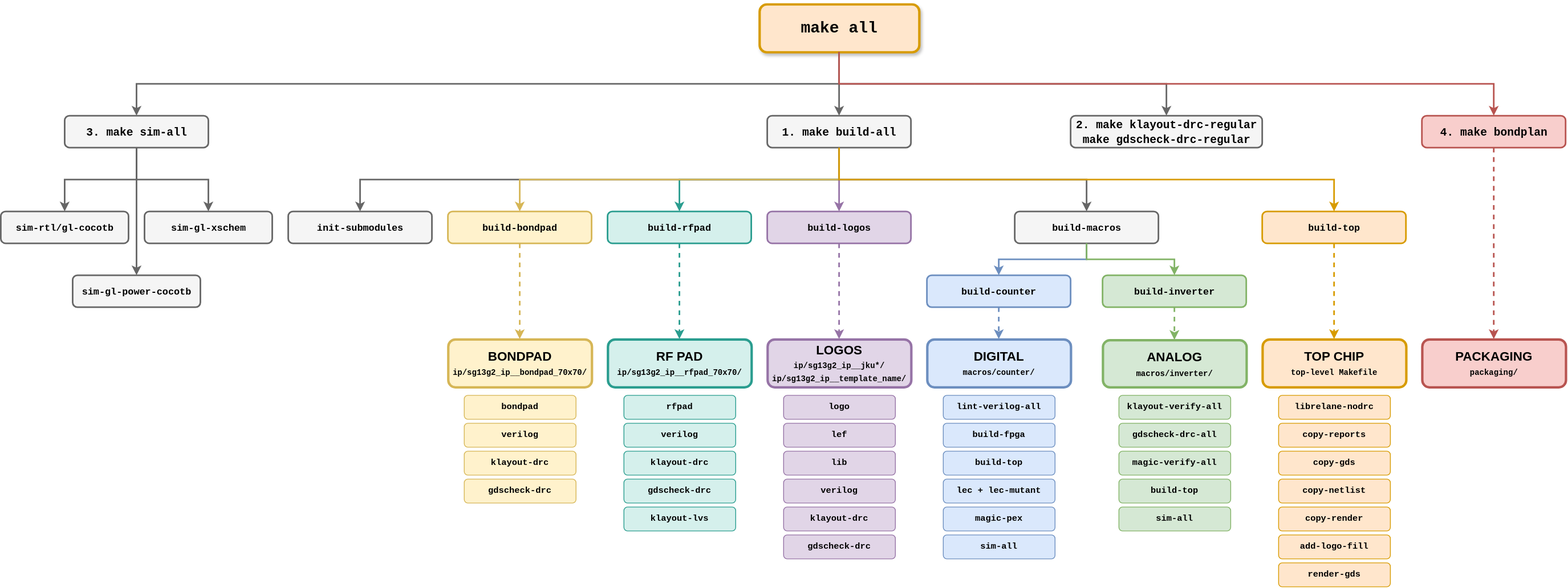
Above: tutorial/fig/targets_overview/targets_overview.svg in iic-jku/ihp-sg13g2-ams-chip-template (draw.io), before the change. Source tidied: cells renumbered, new cells last; positions are measured from the earlier drawing's top-left corner, leaving out a move shared by most shapes.
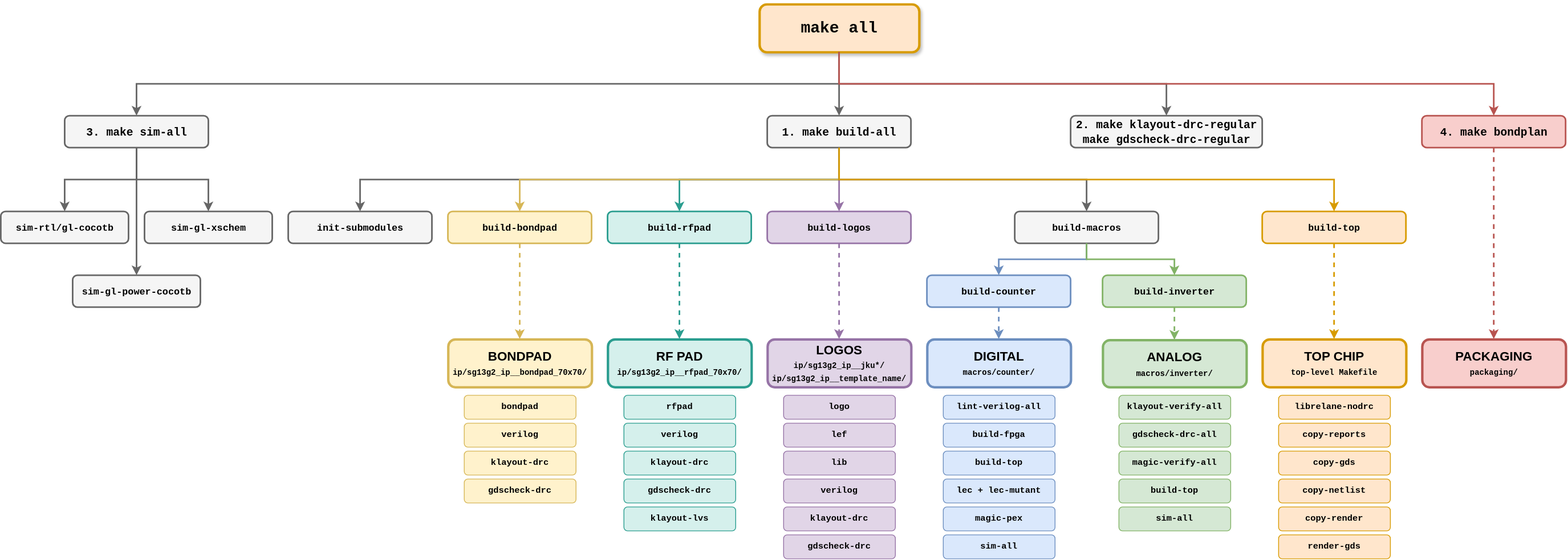
After the change.

Commit message:
flow: add logo and fill as LibreLane plugin steps

The edit, as a diff of the source:
```diff
@@ -170,11 +170,8 @@
     <mxCell id="57" value="&lt;font face=&quot;Courier New&quot; style=&quot;font-size: 11px;&quot;&gt;&lt;b&gt;copy-render&lt;/b&gt;&lt;/font&gt;" style="rounded=1;whiteSpace=wrap;html=1;fontSize=11;fillColor=#ffe6cc;strokeColor=#d79b00;strokeWidth=1;fontStyle=0;verticalAlign=middle;sketch=0;" parent="1" vertex="1">
       <mxGeometry x="1600" y="630" width="140" height="30" as="geometry" />
     </mxCell>
-    <mxCell id="58" value="&lt;font face=&quot;Courier New&quot; style=&quot;font-size: 11px;&quot;&gt;&lt;b&gt;add-logo-fill&lt;/b&gt;&lt;/font&gt;" style="rounded=1;whiteSpace=wrap;html=1;fontSize=11;fillColor=#ffe6cc;strokeColor=#d79b00;strokeWidth=1;fontStyle=0;verticalAlign=middle;sketch=0;" parent="1" vertex="1">
-      <mxGeometry x="1600" y="665" width="140" height="30" as="geometry" />
-    </mxCell>
     <mxCell id="59" value="&lt;font face=&quot;Courier New&quot; style=&quot;font-size: 11px;&quot;&gt;&lt;b&gt;render-gds&lt;/b&gt;&lt;/font&gt;" style="rounded=1;whiteSpace=wrap;html=1;fontSize=11;fillColor=#ffe6cc;strokeColor=#d79b00;strokeWidth=1;fontStyle=0;verticalAlign=middle;sketch=0;" parent="1" vertex="1">
-      <mxGeometry x="1600" y="700" width="140" height="30" as="geometry" />
+      <mxGeometry x="1600" y="665" width="140" height="30" as="geometry" />
     </mxCell>
     <mxCell id="60" style="edgeStyle=orthogonalEdgeStyle;rounded=0;jettySize=auto;html=1;exitX=0.5;exitY=1;exitDx=0;exitDy=0;entryX=0.5;entryY=0;entryDx=0;entryDy=0;strokeColor=#666666;strokeWidth=2;endArrow=classic;endFill=1;" parent="1" edge="1" source="2" target="3">
       <mxGeometry relative="1" as="geometry">
```
